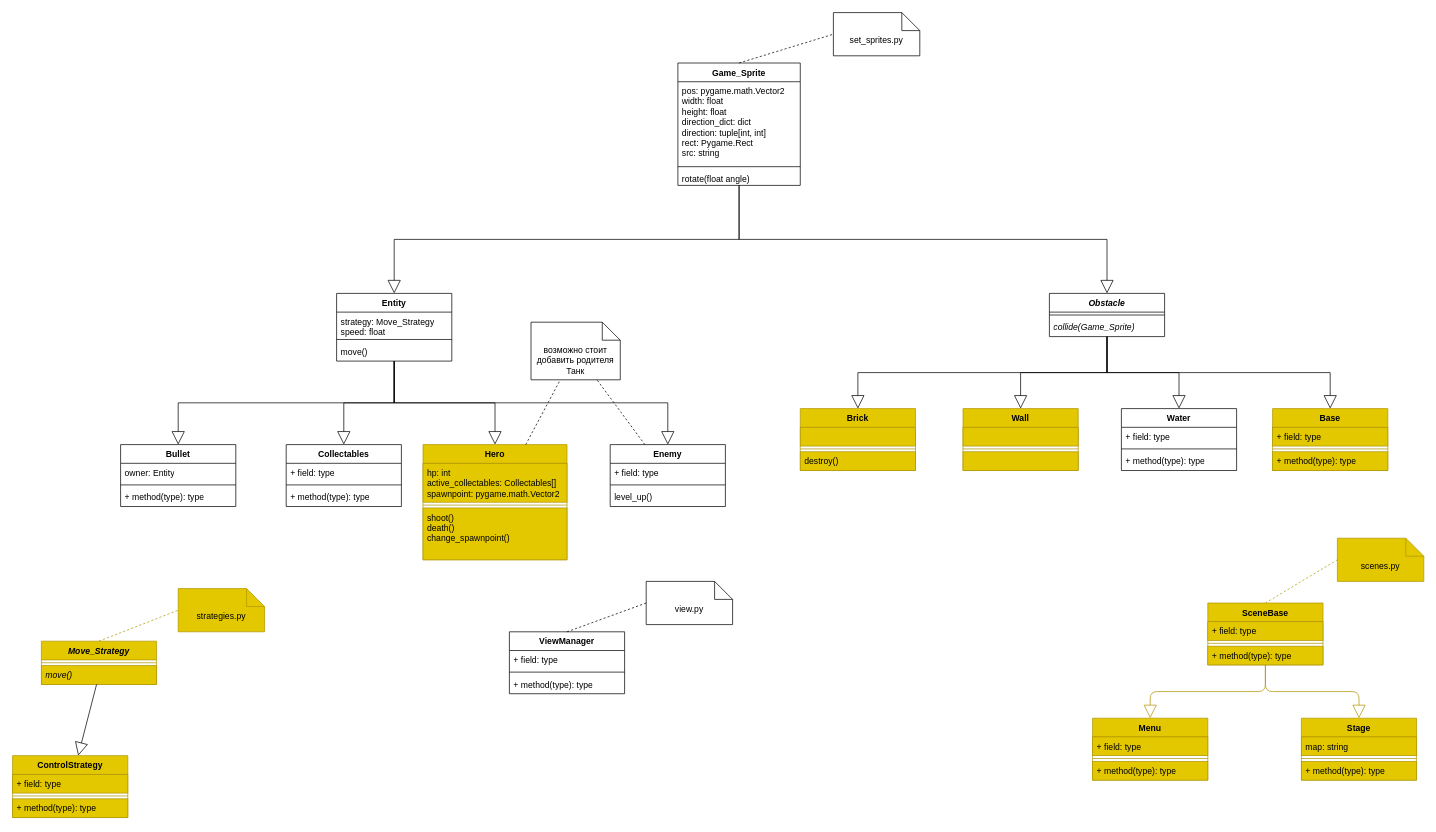
This is UML.drawio from MoNaK-Wales/battle_city, a draw.io file, before an edit. Source tidied: cells renumbered, new cells numbered last; positions are measured from the earlier drawing's top-left corner, leaving out a move shared by most shapes. Both pictures are drawn from the tidied source at 72%, with x=0, y=0 at pixel (12, 12).
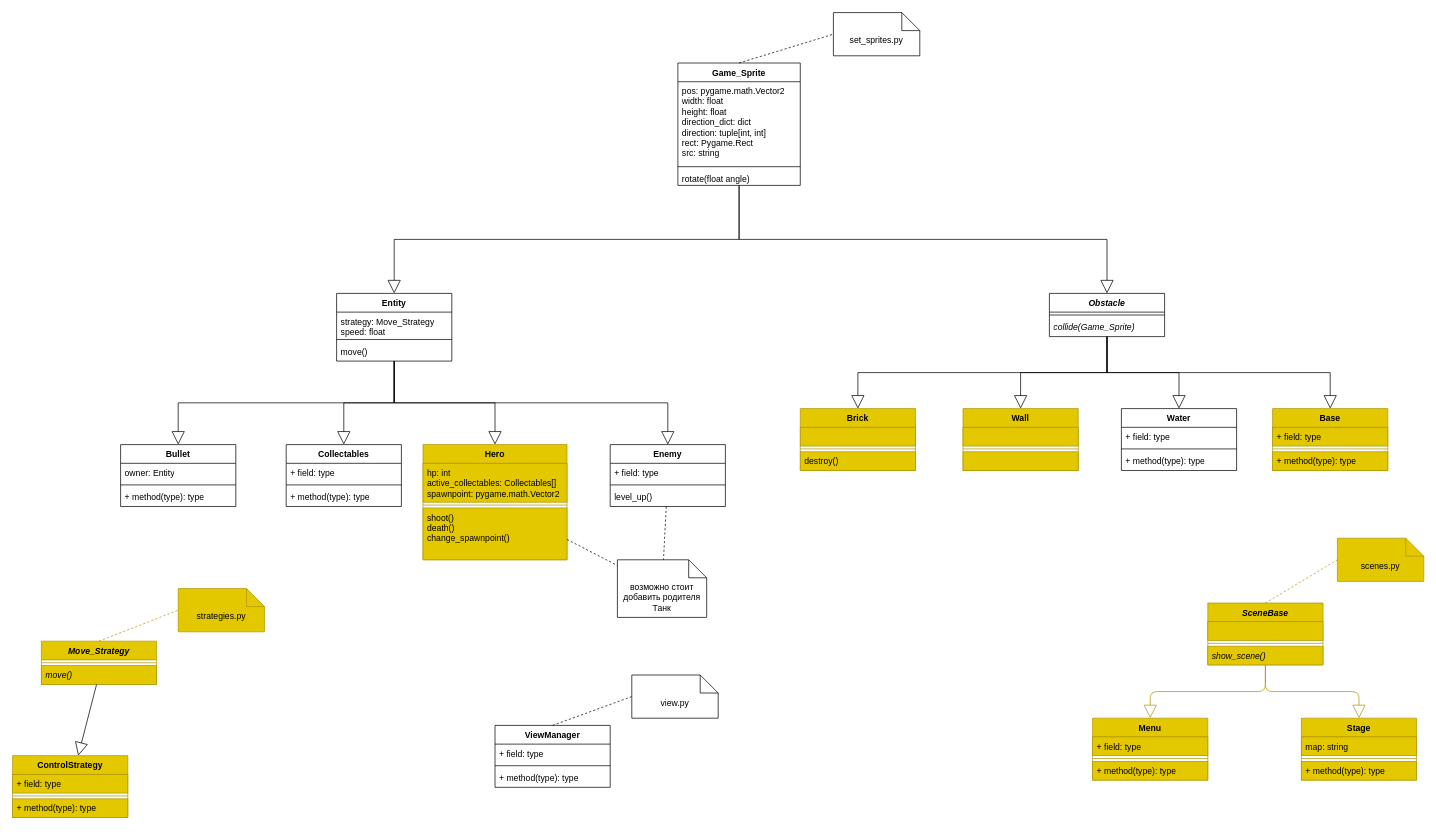
After the change.

What changed in the source:
```diff
@@
     <mxCell id="55" value="ViewManager" style="swimlane;fontStyle=1;align=center;verticalAlign=top;horizontal=1;startSize=26;whiteSpace=wrap;html=1;" parent="1" vertex="1">
-      <mxGeometry x="690" y="860" width="160" height="86" as="geometry" />
+      <mxGeometry x="670" y="990" width="160" height="86" as="geometry" />
     </mxCell>
@@
     <mxCell id="65" value="view.py" style="shape=note2;boundedLbl=1;whiteSpace=wrap;html=1;size=25;verticalAlign=top;align=center;" parent="1" vertex="1">
-      <mxGeometry x="880" y="790" width="120" height="60" as="geometry" />
+      <mxGeometry x="860" y="920" width="120" height="60" as="geometry" />
     </mxCell>
@@
-    <mxCell id="74" value="SceneBase" style="swimlane;fontStyle=1;align=center;verticalAlign=top;horizontal=1;startSize=26;fillColor=#e3c800;fontColor=#000000;strokeColor=#B09500;" parent="1" vertex="1">
+    <mxCell id="74" value="SceneBase" style="swimlane;fontStyle=3;align=center;verticalAlign=top;horizontal=1;startSize=26;fillColor=#e3c800;fontColor=#000000;strokeColor=#B09500;" parent="1" vertex="1">
       <mxGeometry x="1660" y="820" width="160" height="86" as="geometry" />
     </mxCell>
-    <mxCell id="75" value="+ field: type" style="text;strokeColor=#B09500;fillColor=#e3c800;align=left;verticalAlign=top;spacingLeft=4;spacingRight=4;overflow=hidden;fontColor=#000000;" parent="74" vertex="1">
+    <mxCell id="75" style="text;strokeColor=#B09500;fillColor=#e3c800;align=left;verticalAlign=top;spacingLeft=4;spacingRight=4;overflow=hidden;fontColor=#000000;" parent="74" vertex="1">
       <mxGeometry y="26" width="160" height="26" as="geometry" />
     </mxCell>
@@
-    <mxCell id="77" value="+ method(type): type" style="text;strokeColor=#B09500;fillColor=#e3c800;align=left;verticalAlign=top;spacingLeft=4;spacingRight=4;overflow=hidden;points=[[0,0.5],[1,0.5]];portConstraint=eastwest;fontColor=#000000;" parent="74" vertex="1">
+    <mxCell id="77" value="show_scene()" style="text;strokeColor=#B09500;fillColor=#e3c800;align=left;verticalAlign=top;spacingLeft=4;spacingRight=4;overflow=hidden;points=[[0,0.5],[1,0.5]];portConstraint=eastwest;fontColor=#000000;fontStyle=2;" parent="74" vertex="1">
       <mxGeometry y="60" width="160" height="26" as="geometry" />
     </mxCell>
@@
     <mxCell id="89" value="возможно стоит добавить родителя Танк" style="shape=note2;boundedLbl=1;whiteSpace=wrap;html=1;size=25;verticalAlign=top;align=center;" parent="1" vertex="1">
-      <mxGeometry x="720" y="430" width="124" height="80" as="geometry" />
+      <mxGeometry x="840" y="760" width="124" height="80" as="geometry" />
     </mxCell>
```
